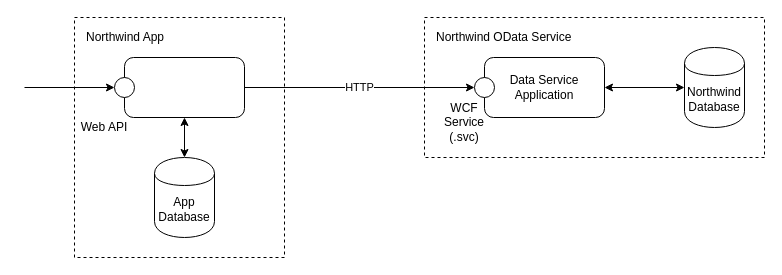
The draw.io diagram page "task-2-overview" (3 of 5) of diagrams/northwind.drawio in nadezhdaleshchevich/northwind-data-services-task, before the edit. Source tidied: cells renumbered, new cells numbered last; positions are measured from the earlier drawing's top-left corner, leaving out a move shared by most shapes. Both pictures are drawn from the tidied source at 100%, with x=0, y=0 at pixel (24, 17).
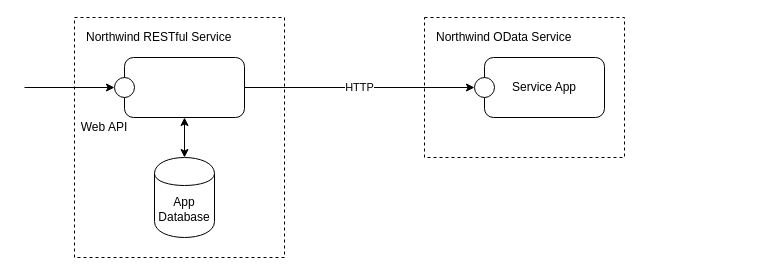
The same diagram, later.

Diff of the diagram source:
```diff
@@
 <mxGraphModel>
   <root>
     <mxCell id="0" />
     <mxCell id="1" parent="0" />
     <mxCell id="2" style="rounded=0;whiteSpace=wrap;html=1;fillColor=none;strokeColor=#000000;dashed=1;" parent="1" vertex="1">
-      <mxGeometry x="400" width="340" height="140" as="geometry" />
+      <mxGeometry x="400" width="200" height="140" as="geometry" />
     </mxCell>
-    <mxCell id="3" value="Northwind&lt;br&gt;Database&lt;br&gt;" style="shape=cylinder;whiteSpace=wrap;html=1;boundedLbl=1;backgroundOutline=1;fillColor=none;" parent="1" vertex="1">
-      <mxGeometry x="660" y="30" width="60" height="80" as="geometry" />
-    </mxCell>
-    <mxCell id="4" style="endArrow=classic;html=1;startArrow=classic;startFill=1;" parent="1" edge="1" source="6" target="3">
-      <mxGeometry relative="1" as="geometry" />
-    </mxCell>
     <mxCell id="5" value="Northwind OData Service" style="text;html=1;strokeColor=none;fillColor=none;align=left;verticalAlign=middle;whiteSpace=wrap;rounded=0;dashed=1;" parent="1" vertex="1">
       <mxGeometry x="410" y="10" width="150" height="20" as="geometry" />
     </mxCell>
-    <mxCell id="6" value="&lt;span&gt;Data Service&lt;/span&gt;&lt;br&gt;&lt;div style=&quot;text-align: center&quot;&gt;&lt;span&gt;Application&lt;/span&gt;&lt;/div&gt;" style="rounded=1;whiteSpace=wrap;html=1;strokeColor=#000000;fillColor=none;align=center;" parent="1" vertex="1">
+    <mxCell id="6" value="&lt;span style=&quot;text-align: left&quot;&gt;Service App&lt;/span&gt;&lt;br&gt;" style="rounded=1;whiteSpace=wrap;html=1;strokeColor=#000000;fillColor=none;align=center;" parent="1" vertex="1">
       <mxGeometry x="460" y="40" width="120" height="60" as="geometry" />
     </mxCell>
     <mxCell id="7" style="ellipse;whiteSpace=wrap;html=1;" parent="1" vertex="1">
       <mxGeometry x="450" y="60" width="20" height="20" as="geometry" />
     </mxCell>
-    <mxCell id="8" value="WCF&lt;br&gt;Service&lt;br&gt;(.svc)&lt;br&gt;" style="text;html=1;strokeColor=none;fillColor=none;align=center;verticalAlign=middle;whiteSpace=wrap;rounded=0;" parent="1" vertex="1">
-      <mxGeometry x="400" y="80" width="80" height="50" as="geometry" />
-    </mxCell>
     <mxCell id="9" value="HTTP" style="endArrow=classic;html=1;entryX=0;entryY=0.5;entryDx=0;entryDy=0;exitX=1;exitY=0.5;exitDx=0;exitDy=0;" parent="1" edge="1" source="12" target="7">
       <mxGeometry relative="1" as="geometry" />
     </mxCell>
     <mxCell id="10" style="rounded=0;whiteSpace=wrap;html=1;fillColor=none;dashed=1;" parent="1" vertex="1">
       <mxGeometry x="50" width="210" height="240" as="geometry" />
     </mxCell>
     <mxCell id="11" style="edgeStyle=orthogonalEdgeStyle;rounded=0;jettySize=auto;html=1;exitX=0.5;exitY=1;exitDx=0;exitDy=0;entryX=0.5;entryY=0;entryDx=0;entryDy=0;align=left;startArrow=classic;startFill=1;" parent="1" edge="1" source="12" target="17">
       <mxGeometry relative="1" as="geometry" />
     </mxCell>
     <mxCell id="12" style="rounded=1;whiteSpace=wrap;html=1;fillColor=none;" parent="1" vertex="1">
       <mxGeometry x="100" y="40" width="120" height="60" as="geometry" />
     </mxCell>
     <mxCell id="13" style="ellipse;whiteSpace=wrap;html=1;" parent="1" vertex="1">
       <mxGeometry x="90" y="60" width="20" height="20" as="geometry" />
     </mxCell>
     <mxCell id="14" value="Web API&lt;br&gt;" style="text;html=1;strokeColor=none;fillColor=none;align=center;verticalAlign=middle;whiteSpace=wrap;rounded=0;" parent="1" vertex="1">
       <mxGeometry x="40" y="85" width="80" height="50" as="geometry" />
     </mxCell>
-    <mxCell id="15" value="Northwind App" style="text;html=1;strokeColor=none;fillColor=none;align=left;verticalAlign=middle;whiteSpace=wrap;rounded=0;dashed=1;" parent="1" vertex="1">
+    <mxCell id="15" value="Northwind RESTful Service" style="text;html=1;strokeColor=none;fillColor=none;align=left;verticalAlign=middle;whiteSpace=wrap;rounded=0;dashed=1;" parent="1" vertex="1">
       <mxGeometry x="59.5" y="10" width="150" height="20" as="geometry" />
     </mxCell>
     <mxCell id="16" style="endArrow=classic;html=1;align=left;entryX=0;entryY=0.5;entryDx=0;entryDy=0;" parent="1" edge="1" target="13">
       <mxGeometry relative="1" as="geometry">
         <mxPoint y="70" as="sourcePoint" />
       </mxGeometry>
     </mxCell>
     <mxCell id="17" value="App&lt;br&gt;Database" style="shape=cylinder;whiteSpace=wrap;html=1;boundedLbl=1;backgroundOutline=1;align=center;" parent="1" vertex="1">
       <mxGeometry x="130" y="140" width="60" height="80" as="geometry" />
     </mxCell>
   </root>
 </mxGraphModel>
```
